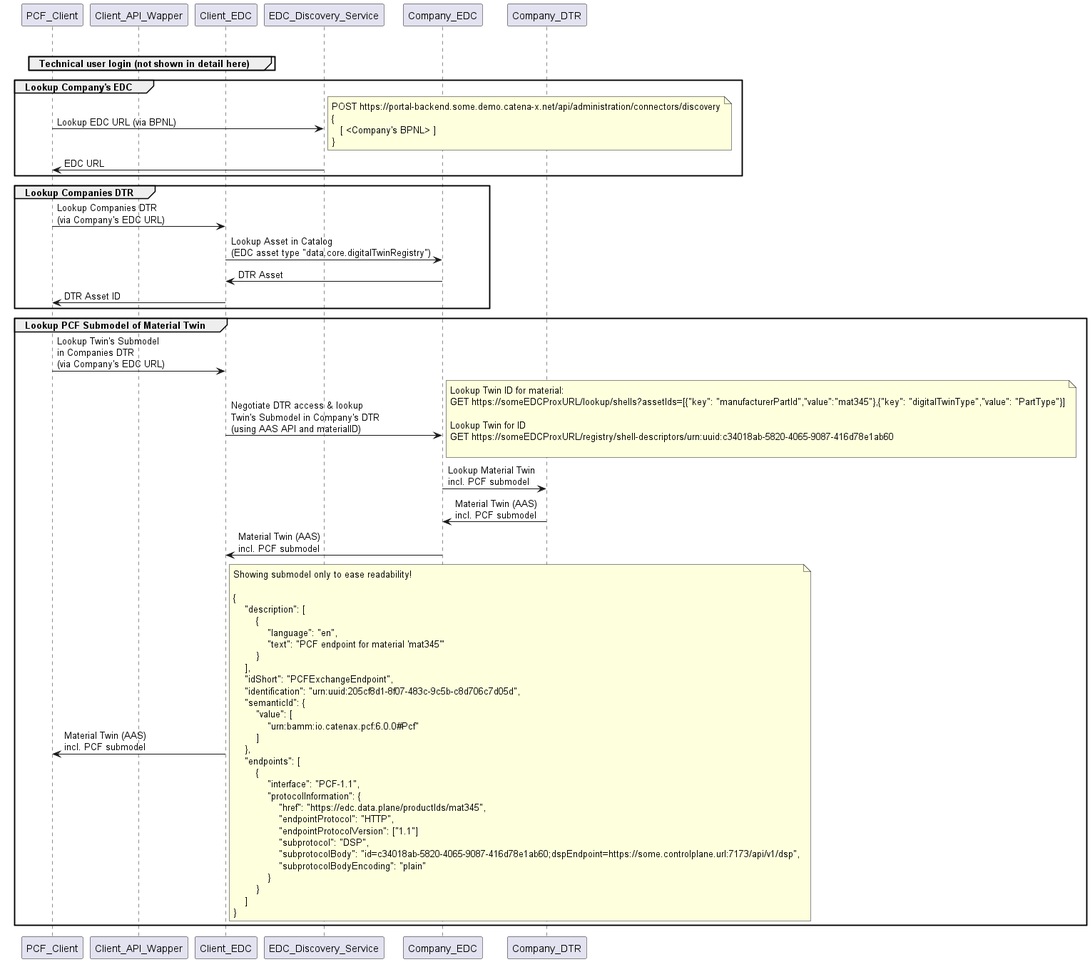
Before: docs/standards/CX-0136-UseCasePCF/assets/EDCDiscoveryanddDTRAccess.png, a diagram exported from PlantUML (catenax-eV/catenax-ev.github.io). The source it was exported from:
```plantuml
@startuml "EDC Discovery and dDTRAccess"

participant PCF_Client
participant Client_API_Wapper
participant Client_EDC
participant EDC_Discovery_Service
participant Company_EDC
participant Company_DTR

group Request PCF value

group Technical user login (not shown in detail here)
end
!startsub EDCDiscovery
group Lookup Company's EDC
PCF_Client -> EDC_Discovery_Service: Lookup EDC URL (via BPNL)
note right
POST https://portal-backend.some.demo.catena-x.net/api/administration/connectors/discovery
{
   [ <Company's BPNL> ]
}
end note
EDC_Discovery_Service -> PCF_Client: EDC URL
end
!endsub

!startsub DTRDiscovery
group Lookup Companies DTR
PCF_Client -> Client_EDC: Lookup Companies DTR\n(via Company's EDC URL)
Client_EDC -> Company_EDC: Lookup Asset in Catalog\n(EDC asset type "data.core.digitalTwinRegistry")

Company_EDC -> Client_EDC: DTR Asset
Client_EDC -> PCF_Client: DTR Asset ID
end
!endsub

!startsub MaterialTwinLookup
group Lookup PCF Submodel of Material Twin
PCF_Client -> Client_EDC: Lookup Twin's Submodel\nin Companies DTR\n(via Company's EDC URL)
Client_EDC -> Company_EDC: Negotiate DTR access & lookup\nTwin's Submodel in Company's DTR\n(using AAS API and materialID)
note right
Lookup Twin ID for material:
GET https://someEDCProxURL/lookup/shells?assetIds=[{"key": "manufacturerPartId","value":"mat345"},{"key": "digitalTwinType","value": "PartType"}]

Lookup Twin for ID
GET https://someEDCProxURL/registry/shell-descriptors/urn:uuid:c34018ab-5820-4065-9087-416d78e1ab60

end note
Company_EDC -> Company_DTR: Lookup Material Twin\nincl. PCF submodel
Company_DTR -> Company_EDC: Material Twin (AAS)\nincl. PCF submodel
Company_EDC -> Client_EDC: Material Twin (AAS)\nincl. PCF submodel
Client_EDC -> PCF_Client: Material Twin (AAS)\nincl. PCF submodel
note right
Showing submodel only to ease readability!

{
    "description": [
        {
            "language": "en",
            "text": "PCF endpoint for material 'mat345'"
        }
    ],
    "idShort": "PCFExchangeEndpoint",
    "identification": "urn:uuid:205cf8d1-8f07-483c-9c5b-c8d706c7d05d",
    "semanticId": {
        "value": [
            "urn:bamm:io.catenax.pcf:6.0.0#Pcf"
        ]
    },
    "endpoints": [
        {
            "interface": "PCF-1.1",
            "protocolInformation": {
                "href": "https://edc.data.plane/productIds/mat345",
                "endpointProtocol": "HTTP",
                "endpointProtocolVersion": ["1.1"]
                "subprotocol": "DSP",
                "subprotocolBody": "id=c34018ab-5820-4065-9087-416d78e1ab60;dspEndpoint=https://some.controlplane.url:7173/api/v1/dsp",
                "subprotocolBodyEncoding": "plain"
            }
        }
    ]
}
end note
end
!endsub

@enduml
```
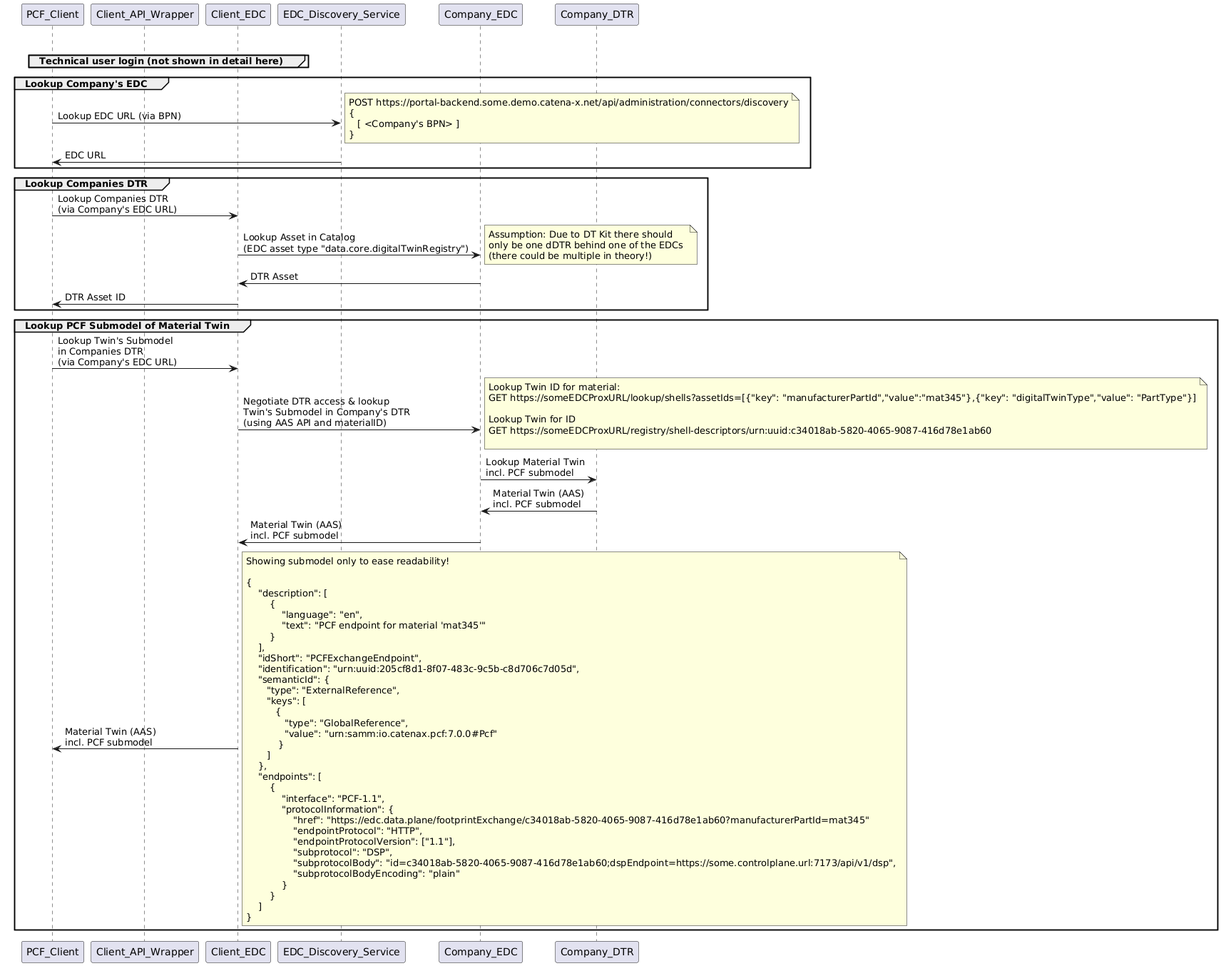
After the change.

The edit, as a diff of the source:
```diff
@@ -1,7 +1,6 @@
-@startuml "EDC Discovery and dDTRAccess"
-
+@startuml
 participant PCF_Client
-participant Client_API_Wapper
+participant Client_API_Wrapper
 participant Client_EDC
 participant EDC_Discovery_Service
 participant Company_EDC
@@ -13,11 +12,11 @@
 end
 !startsub EDCDiscovery
 group Lookup Company's EDC
-PCF_Client -> EDC_Discovery_Service: Lookup EDC URL (via BPNL)
+PCF_Client -> EDC_Discovery_Service: Lookup EDC URL (via BPN)
 note right
 POST https://portal-backend.some.demo.catena-x.net/api/administration/connectors/discovery
 {
-   [ <Company's BPNL> ]
+   [ <Company's BPN> ]
 }
 end note
 EDC_Discovery_Service -> PCF_Client: EDC URL
@@ -28,7 +27,11 @@
 group Lookup Companies DTR
 PCF_Client -> Client_EDC: Lookup Companies DTR\n(via Company's EDC URL)
 Client_EDC -> Company_EDC: Lookup Asset in Catalog\n(EDC asset type "data.core.digitalTwinRegistry")
-
+note right
+Assumption: Due to DT Kit there should
+only be one dDTR behind one of the EDCs
+(there could be multiple in theory!)
+end note
 Company_EDC -> Client_EDC: DTR Asset
 Client_EDC -> PCF_Client: DTR Asset ID
 end
@@ -63,17 +66,21 @@
     "idShort": "PCFExchangeEndpoint",
     "identification": "urn:uuid:205cf8d1-8f07-483c-9c5b-c8d706c7d05d",
     "semanticId": {
-        "value": [
-            "urn:bamm:io.catenax.pcf:6.0.0#Pcf"
-        ]
+       "type": "ExternalReference",
+       "keys": [
+          {
+             "type": "GlobalReference",
+             "value": "urn:samm:io.catenax.pcf:7.0.0#Pcf"
+           }
+       ]
     },
     "endpoints": [
         {
             "interface": "PCF-1.1",
             "protocolInformation": {
-                "href": "https://edc.data.plane/productIds/mat345",
+                "href": "https://edc.data.plane/footprintExchange/c34018ab-5820-4065-9087-416d78e1ab60?manufacturerPartId=mat345"
                 "endpointProtocol": "HTTP",
-                "endpointProtocolVersion": ["1.1"]
+                "endpointProtocolVersion": ["1.1"],
                 "subprotocol": "DSP",
                 "subprotocolBody": "id=c34018ab-5820-4065-9087-416d78e1ab60;dspEndpoint=https://some.controlplane.url:7173/api/v1/dsp",
                 "subprotocolBodyEncoding": "plain"
@@ -84,5 +91,4 @@
 end note
 end
 !endsub
-
 @enduml
```
